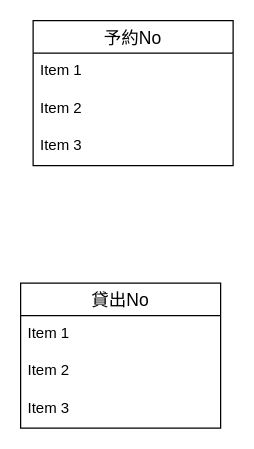
Earlier version of the draw.io diagram 名称未設定ファイル.drawio (e6i24vi/fjord_practice). Source tidied: cells renumbered, new cells numbered last; positions are measured from the earlier drawing's top-left corner, leaving out a move shared by most shapes. Both pictures are drawn from the tidied source at 125%, with x=0, y=0 at pixel (20, 20).
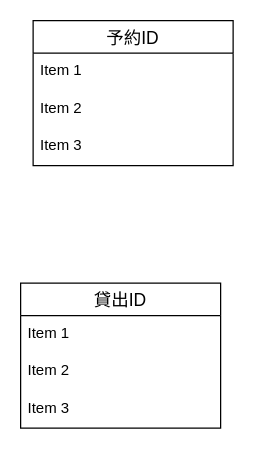
The same page after the edit.

Commit message (it also covers changes not shown here):
名称未設定ファイル.drawio を更新します

What changed in the source:
```diff
@@
 <mxGraphModel>
   <root>
     <mxCell id="0" />
     <mxCell id="1" parent="0" />
-    <mxCell id="2" value="予約No" style="swimlane;fontStyle=0;horizontal=1;startSize=26;align=center;fontSize=14;" parent="1" vertex="1">
+    <mxCell id="2" value="予約ID" style="swimlane;fontStyle=0;horizontal=1;startSize=26;align=center;fontSize=14;" parent="1" vertex="1">
       <mxGeometry x="10" width="160" height="116" as="geometry" />
     </mxCell>
     <mxCell id="3" value="Item 1" style="text;strokeColor=none;fillColor=none;spacingLeft=4;spacingRight=4;overflow=hidden;fontSize=12;" parent="2" vertex="1">
       <mxGeometry y="26" width="160" height="30" as="geometry" />
     </mxCell>
     <mxCell id="4" value="Item 2" style="text;strokeColor=none;fillColor=none;spacingLeft=4;spacingRight=4;overflow=hidden;fontSize=12;" parent="2" vertex="1">
       <mxGeometry y="56" width="160" height="30" as="geometry" />
     </mxCell>
     <mxCell id="5" value="Item 3" style="text;strokeColor=none;fillColor=none;spacingLeft=4;spacingRight=4;overflow=hidden;fontSize=12;" parent="2" vertex="1">
       <mxGeometry y="86" width="160" height="30" as="geometry" />
     </mxCell>
-    <mxCell id="6" value="貸出No" style="swimlane;fontStyle=0;horizontal=1;startSize=26;align=center;fontSize=14;" parent="1" vertex="1">
+    <mxCell id="6" value="貸出ID" style="swimlane;fontStyle=0;horizontal=1;startSize=26;align=center;fontSize=14;" parent="1" vertex="1">
       <mxGeometry y="210" width="160" height="116" as="geometry" />
     </mxCell>
     <mxCell id="7" value="Item 1" style="text;strokeColor=none;fillColor=none;spacingLeft=4;spacingRight=4;overflow=hidden;fontSize=12;" parent="6" vertex="1">
       <mxGeometry y="26" width="160" height="30" as="geometry" />
     </mxCell>
     <mxCell id="8" value="Item 2" style="text;strokeColor=none;fillColor=none;spacingLeft=4;spacingRight=4;overflow=hidden;fontSize=12;" parent="6" vertex="1">
       <mxGeometry y="56" width="160" height="30" as="geometry" />
     </mxCell>
     <mxCell id="9" value="Item 3" style="text;strokeColor=none;fillColor=none;spacingLeft=4;spacingRight=4;overflow=hidden;fontSize=12;" parent="6" vertex="1">
       <mxGeometry y="86" width="160" height="30" as="geometry" />
     </mxCell>
   </root>
 </mxGraphModel>
```
